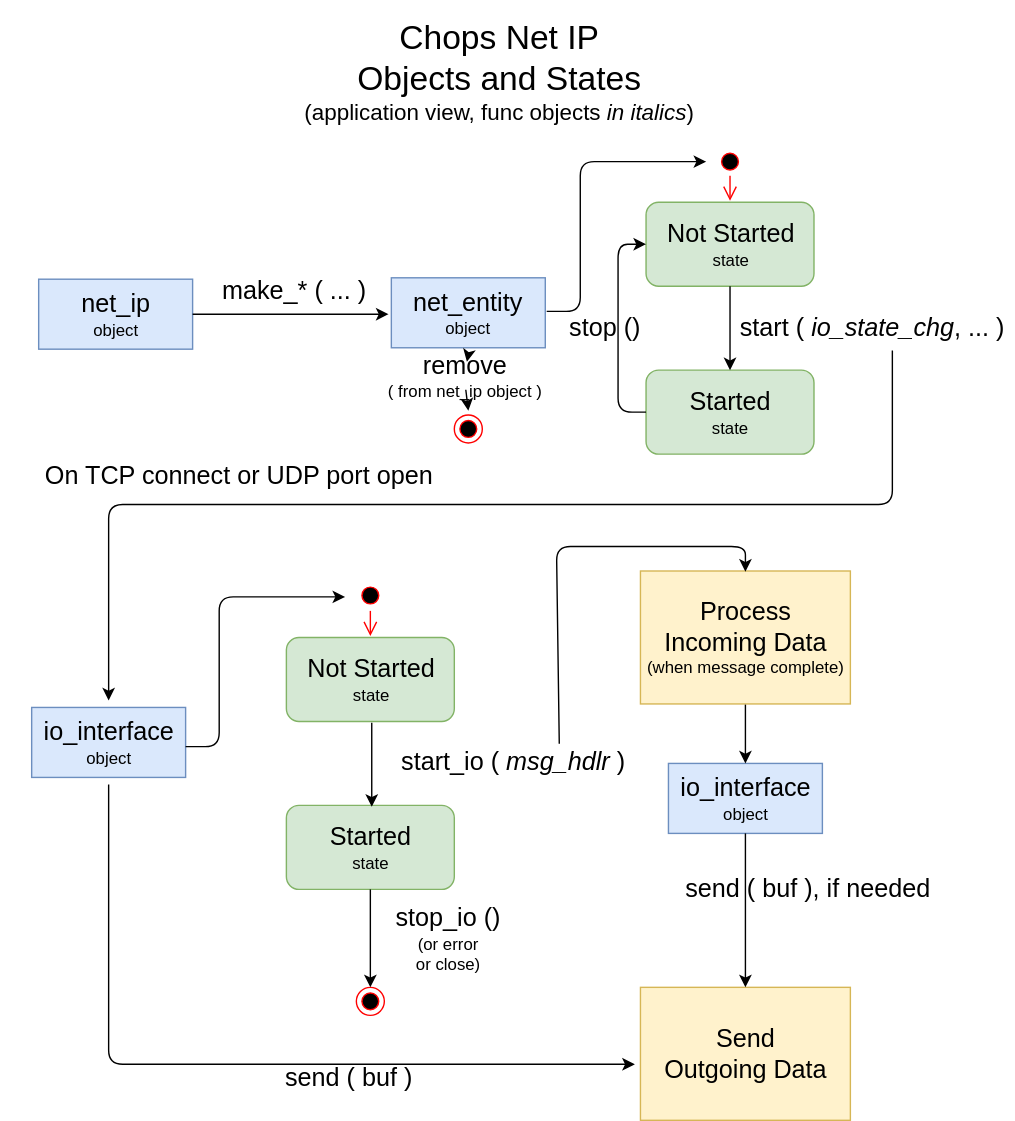
The draw.io diagram doc/net_ip/object_states_diagram.svg in connectivecpp/chops-net-ip, before a commit. Source tidied: cells renumbered, new cells last; positions are measured from the earlier drawing's top-left corner, leaving out a move shared by most shapes.
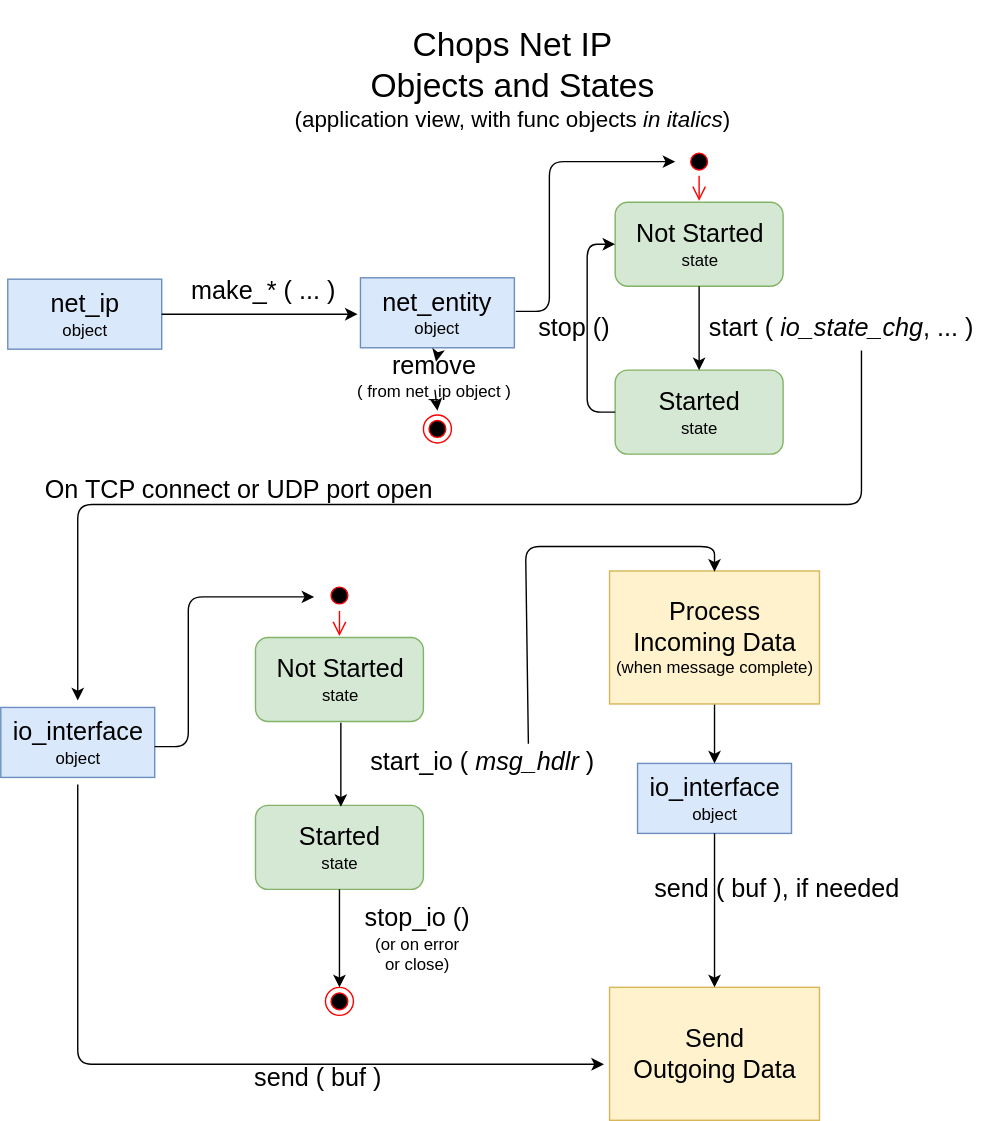
Above is the later version.

Change to the diagram source:
```diff
@@ -54,8 +54,8 @@
     <mxCell id="14" value="&lt;span style=&quot;font-size: 18px&quot;&gt;io_interface&lt;/span&gt;&lt;br&gt;object" style="html=1;fillColor=#dae8fc;strokeColor=#6c8ebf;" parent="1" vertex="1">
       <mxGeometry x="22" y="505" width="110" height="50" as="geometry" />
     </mxCell>
-    <mxCell id="15" value="&lt;font style=&quot;font-size: 24px&quot;&gt;Chops Net IP&lt;br&gt;Objects and States&lt;/font&gt;&lt;br&gt;&lt;font style=&quot;font-size: 16px&quot;&gt;(application view, func objects &lt;i&gt;in italics&lt;/i&gt;)&lt;/font&gt;" style="text;html=1;strokeColor=none;fillColor=none;align=center;verticalAlign=middle;whiteSpace=wrap;rounded=0;" parent="1" vertex="1">
-      <mxGeometry x="197" width="317" height="100" as="geometry" />
+    <mxCell id="15" value="&lt;font style=&quot;font-size: 24px&quot;&gt;Chops Net IP&lt;br&gt;Objects and States&lt;/font&gt;&lt;br&gt;&lt;font style=&quot;font-size: 16px&quot;&gt;(application view, with func objects &lt;i&gt;in italics&lt;/i&gt;)&lt;/font&gt;" style="text;html=1;strokeColor=none;fillColor=none;align=center;verticalAlign=middle;whiteSpace=wrap;rounded=0;" parent="1" vertex="1">
+      <mxGeometry x="187" width="400" height="110" as="geometry" />
     </mxCell>
     <mxCell id="16" value="&lt;font style=&quot;font-size: 18px&quot;&gt;Not Started&lt;/font&gt;&lt;br&gt;state&lt;br&gt;" style="rounded=1;whiteSpace=wrap;html=1;fillColor=#d5e8d4;strokeColor=#82b366;" parent="1" vertex="1">
       <mxGeometry x="204" y="455" width="120" height="60" as="geometry" />
@@ -108,11 +108,11 @@
     <mxCell id="27" style="endArrow=classic;html=1;exitX=0.5;exitY=1;entryX=0.5;entryY=0;" parent="1" edge="1" source="17" target="26">
       <mxGeometry relative="1" as="geometry" />
     </mxCell>
-    <mxCell id="28" value="&lt;font&gt;&lt;font style=&quot;font-size: 18px&quot;&gt;stop_io ()&lt;/font&gt;&lt;br&gt;(or error&lt;br&gt;or close)&lt;br&gt;&lt;/font&gt;" style="text;html=1;strokeColor=none;fillColor=none;align=center;verticalAlign=middle;whiteSpace=wrap;rounded=0;" parent="1" vertex="1">
+    <mxCell id="28" value="&lt;font&gt;&lt;font style=&quot;font-size: 18px&quot;&gt;stop_io ()&lt;/font&gt;&lt;br&gt;(or on error&lt;br&gt;or close)&lt;br&gt;&lt;/font&gt;" style="text;html=1;strokeColor=none;fillColor=none;align=center;verticalAlign=middle;whiteSpace=wrap;rounded=0;" parent="1" vertex="1">
       <mxGeometry x="264" y="635" width="110" height="70" as="geometry" />
     </mxCell>
     <mxCell id="29" value="&lt;font style=&quot;font-size: 18px&quot;&gt;On TCP connect or UDP port open&lt;/font&gt;" style="text;html=1;strokeColor=none;fillColor=none;align=center;verticalAlign=middle;whiteSpace=wrap;rounded=0;" parent="1" vertex="1">
-      <mxGeometry y="330" width="340" height="20" as="geometry" />
+      <mxGeometry x="22" y="340" width="340" height="20" as="geometry" />
     </mxCell>
     <mxCell id="30" value="&lt;font&gt;&lt;span style=&quot;font-size: 18px&quot;&gt;Process &lt;/span&gt;&lt;br&gt;&lt;span style=&quot;font-size: 18px&quot;&gt;Incoming Data&lt;/span&gt;&lt;br&gt;&lt;font style=&quot;font-size: 12px&quot;&gt;(when message complete)&lt;/font&gt;&lt;br&gt;&lt;/font&gt;" style="rounded=0;whiteSpace=wrap;html=1;fillColor=#fff2cc;strokeColor=#d6b656;" parent="1" vertex="1">
       <mxGeometry x="457" y="407.5" width="150" height="95" as="geometry" />
```
